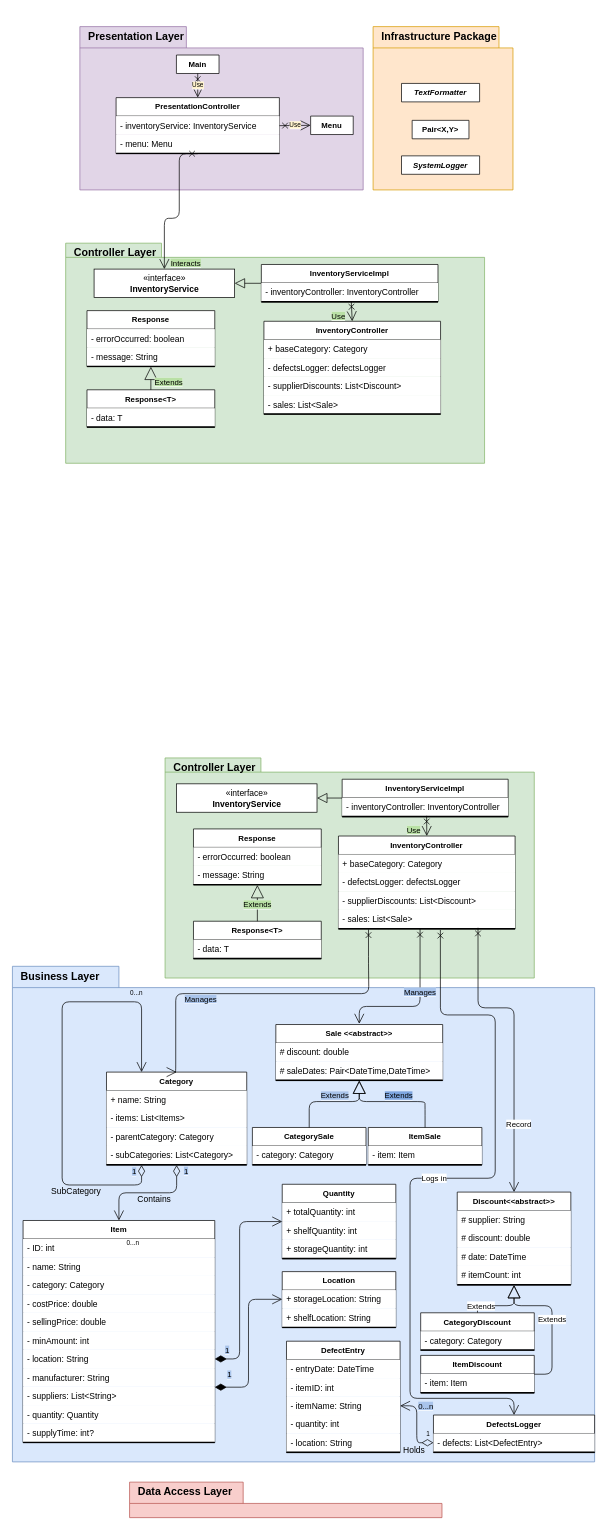
This is docs/Inventory/Inventory_FieldUML.drawio from eladinbar/Super-Li_Market, a draw.io file, before an edit. Source tidied: cells renumbered, new cells numbered last; positions are measured from the earlier drawing's top-left corner, leaving out a move shared by most shapes. Both pictures are drawn from the tidied source at 71%, with x=0, y=0 at pixel (12, 26).
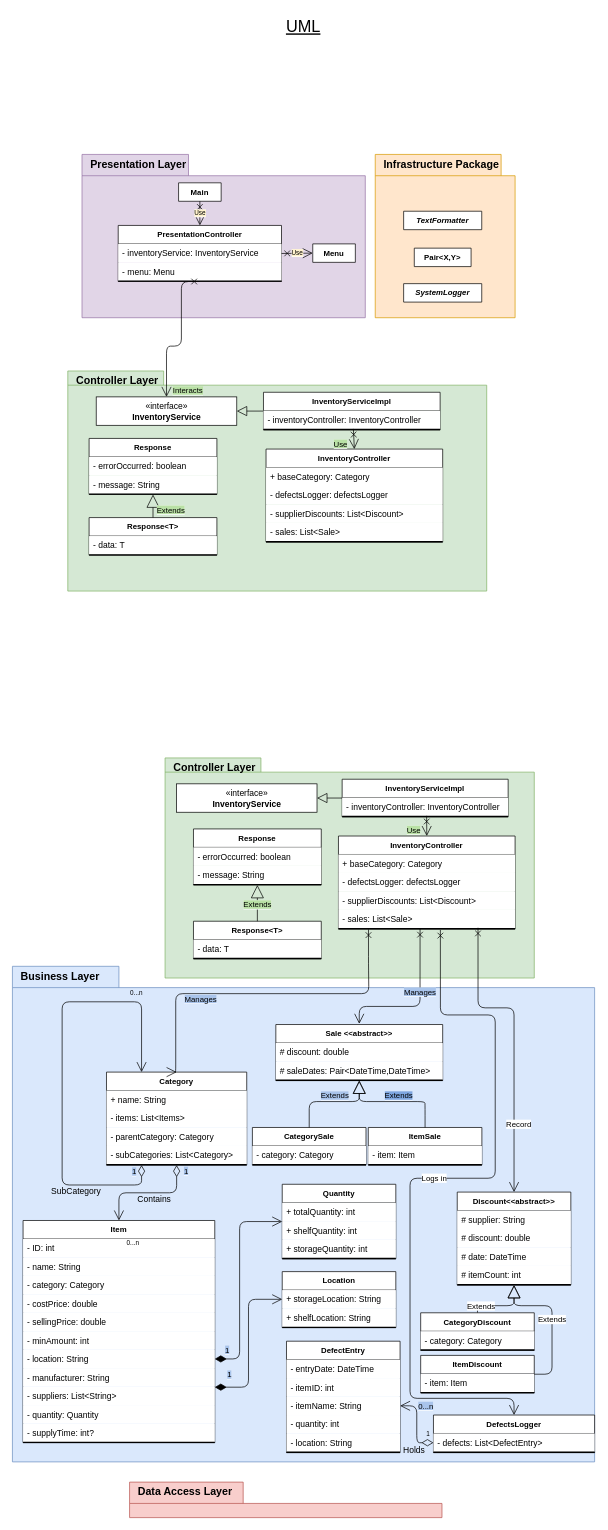
The same diagram, later.

What changed in the source:
```diff
@@
     <mxCell id="2" value="&lt;font style=&quot;font-size: 15px&quot;&gt;Controller Layer&lt;/font&gt;" style="shape=folder;fontStyle=1;spacingTop=-2;tabWidth=135;tabHeight=20;tabPosition=left;html=1;align=left;verticalAlign=top;fontSize=11;spacingLeft=10;fillColor=#d5e8d4;strokeColor=#82b366;" parent="1" vertex="1">
-      <mxGeometry x="75" y="305" width="590" height="310" as="geometry" />
+      <mxGeometry x="78" y="485" width="590" height="310" as="geometry" />
     </mxCell>
     <mxCell id="3" value="&lt;font style=&quot;font-size: 15px&quot;&gt;Infrastructure Package&lt;/font&gt;" style="shape=folder;fontStyle=1;spacingTop=-2;tabWidth=190;tabHeight=30;tabPosition=left;html=1;align=left;verticalAlign=top;fontSize=11;spacingLeft=10;fillColor=#ffe6cc;strokeColor=#d79b00;" parent="1" vertex="1">
-      <mxGeometry x="508" width="197" height="230" as="geometry" />
+      <mxGeometry x="511" y="180" width="197" height="230" as="geometry" />
     </mxCell>
     <mxCell id="4" value="&lt;font style=&quot;font-size: 15px&quot;&gt;Presentation Layer&lt;/font&gt;" style="shape=folder;fontStyle=1;spacingTop=-2;tabWidth=150;tabHeight=30;tabPosition=left;html=1;align=left;verticalAlign=top;fontSize=11;spacingLeft=10;fillColor=#e1d5e7;strokeColor=#9673a6;" parent="1" vertex="1">
-      <mxGeometry x="95" width="399" height="230" as="geometry" />
+      <mxGeometry x="98" y="180" width="399" height="230" as="geometry" />
     </mxCell>
@@
     <mxCell id="85" value="Menu" style="swimlane;fontStyle=1;align=center;verticalAlign=top;horizontal=1;startSize=26;fontSize=11;" parent="1" vertex="1" collapsed="1">
-      <mxGeometry x="420" y="126" width="60" height="26" as="geometry" />
+      <mxGeometry x="423" y="306" width="60" height="26" as="geometry" />
     </mxCell>
     <mxCell id="86" value="PresentationController" style="swimlane;fontStyle=1;align=center;verticalAlign=top;horizontal=1;startSize=26;fontSize=11;" parent="1" vertex="1">
-      <mxGeometry x="146" y="100" width="230" height="79" as="geometry" />
+      <mxGeometry x="149" y="280" width="230" height="79" as="geometry" />
     </mxCell>
@@
     <mxCell id="90" value="&lt;span style=&quot;background-color: rgb(185 , 224 , 165)&quot;&gt;Interacts&lt;/span&gt;" style="endArrow=open;endSize=12;html=1;exitX=0.5;exitY=1;exitDx=0;exitDy=0;edgeStyle=orthogonalEdgeStyle;startArrow=cross;startFill=0;entryX=0.5;entryY=0;entryDx=0;entryDy=0;" parent="1" edge="1" source="86" target="128">
       <mxGeometry x="0.92" y="30" relative="1" as="geometry">
         <Array as="points">
-          <mxPoint x="235" y="179" />
-          <mxPoint x="235" y="270" />
-          <mxPoint x="214" y="270" />
+          <mxPoint x="238" y="359" />
+          <mxPoint x="238" y="450" />
+          <mxPoint x="217" y="450" />
         </Array>
       </mxGeometry>
     </mxCell>
@@
     <mxCell id="97" value="Main&#10;" style="swimlane;fontStyle=1;align=center;verticalAlign=top;horizontal=1;startSize=26;fontSize=11;" parent="1" vertex="1" collapsed="1">
-      <mxGeometry x="231" y="40" width="60" height="26" as="geometry" />
+      <mxGeometry x="234" y="220" width="60" height="26" as="geometry" />
     </mxCell>
@@
     <mxCell id="102" value="TextFormatter" style="swimlane;fontStyle=3;align=center;verticalAlign=top;horizontal=1;startSize=26;fontSize=11;" parent="1" vertex="1" collapsed="1">
-      <mxGeometry x="548" y="80" width="110" height="26" as="geometry" />
+      <mxGeometry x="551" y="260" width="110" height="26" as="geometry" />
     </mxCell>
@@
     <mxCell id="111" value="Pair&lt;X,Y&gt;" style="swimlane;fontStyle=1;align=center;verticalAlign=top;horizontal=1;startSize=26;fontSize=11;" parent="1" vertex="1" collapsed="1">
-      <mxGeometry x="563" y="132" width="80" height="26" as="geometry" />
+      <mxGeometry x="566" y="312" width="80" height="26" as="geometry" />
     </mxCell>
@@
     <mxCell id="113" value="SystemLogger" style="swimlane;fontStyle=3;align=center;verticalAlign=top;horizontal=1;startSize=26;fontSize=11;" parent="1" vertex="1" collapsed="1">
-      <mxGeometry x="548" y="182" width="110" height="26" as="geometry" />
+      <mxGeometry x="551" y="362" width="110" height="26" as="geometry" />
     </mxCell>
@@
     <mxCell id="119" value="InventoryController" style="swimlane;fontStyle=1;align=center;verticalAlign=top;horizontal=1;startSize=26;fontSize=11;" parent="1" vertex="1">
-      <mxGeometry x="354.2" y="415" width="248.8" height="131" as="geometry" />
+      <mxGeometry x="357.2" y="595" width="248.8" height="131" as="geometry" />
     </mxCell>
@@
     <mxCell id="125" value="Response&lt;T&gt;" style="swimlane;fontStyle=1;align=center;verticalAlign=top;horizontal=1;startSize=26;fontSize=11;" parent="1" vertex="1">
-      <mxGeometry x="105" y="511.5" width="180" height="53" as="geometry" />
+      <mxGeometry x="108" y="691.5" width="180" height="53" as="geometry" />
     </mxCell>
@@
     <mxCell id="128" value="«interface»&lt;br&gt;&lt;b&gt;InventoryService&lt;/b&gt;" style="html=1;" parent="1" vertex="1">
-      <mxGeometry x="115" y="341.5" width="198" height="40" as="geometry" />
+      <mxGeometry x="118" y="521.5" width="198" height="40" as="geometry" />
     </mxCell>
@@
     <mxCell id="130" value="InventoryServiceImpl" style="swimlane;fontStyle=1;align=center;verticalAlign=top;horizontal=1;startSize=26;fontSize=11;" parent="1" vertex="1">
-      <mxGeometry x="350.6" y="335" width="248.8" height="53" as="geometry" />
+      <mxGeometry x="353.6" y="515" width="248.8" height="53" as="geometry" />
     </mxCell>
@@
     <mxCell id="133" value="Response" style="swimlane;fontStyle=1;align=center;verticalAlign=top;horizontal=1;startSize=26;fontSize=11;" parent="1" vertex="1">
-      <mxGeometry x="105" y="400" width="180" height="79" as="geometry" />
+      <mxGeometry x="108" y="580" width="180" height="79" as="geometry" />
     </mxCell>
@@
+    <mxCell id="139" value="&lt;font style=&quot;font-size: 23px&quot;&gt;&lt;u&gt;UML&lt;/u&gt;&lt;/font&gt;" style="text;html=1;strokeColor=none;fillColor=none;align=center;verticalAlign=middle;whiteSpace=wrap;rounded=0;" parent="1" vertex="1">
+      <mxGeometry x="140" y="-20" width="540" height="40" as="geometry" />
+    </mxCell>
```
